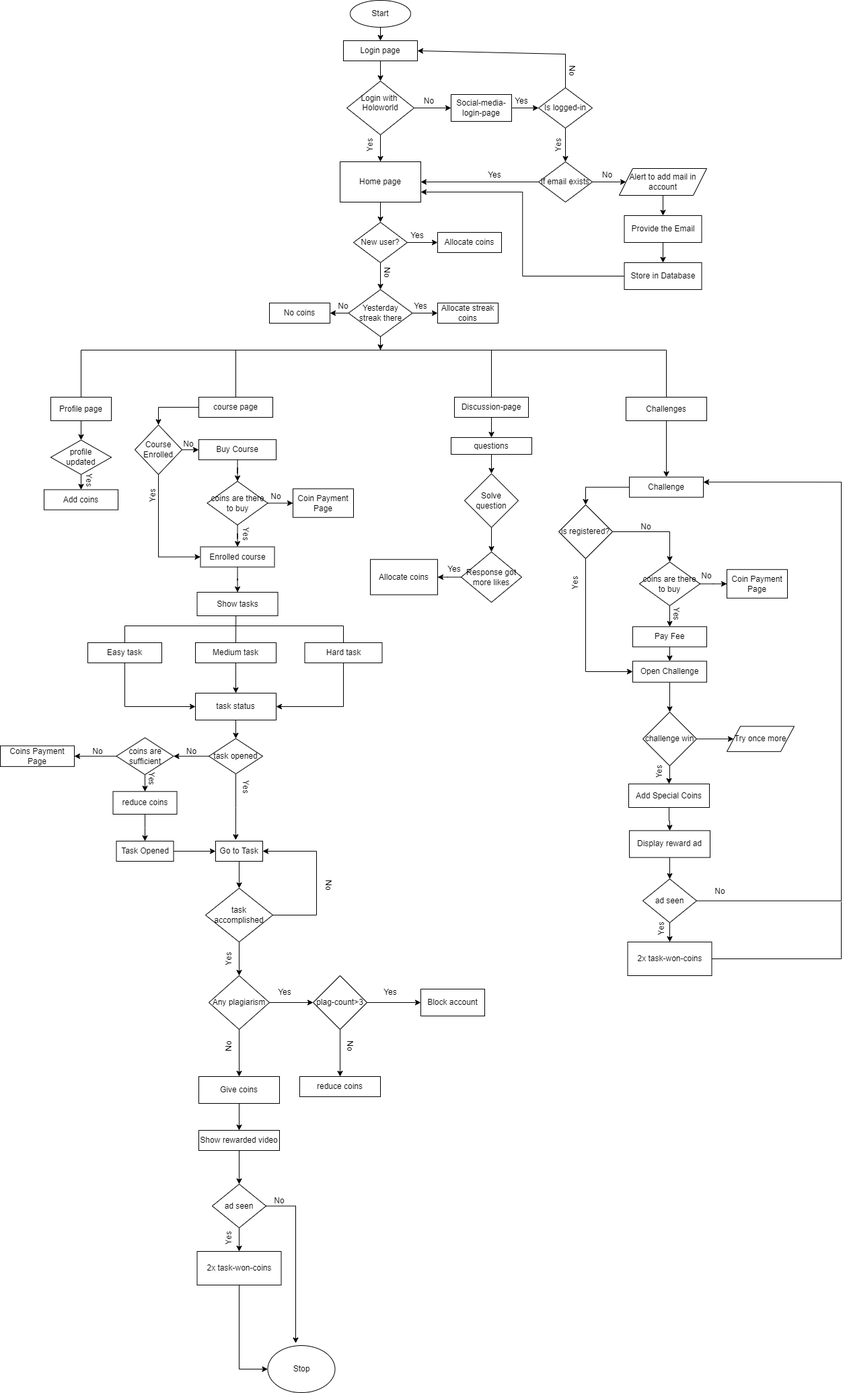
Before: public/Coin-flow-chart.drawio.png, a diagram exported from draw.io (karthiksatish159/googleads). Source tidied: cells renumbered, new cells last; positions are measured from the earlier drawing's top-left corner, leaving out a move shared by most shapes.
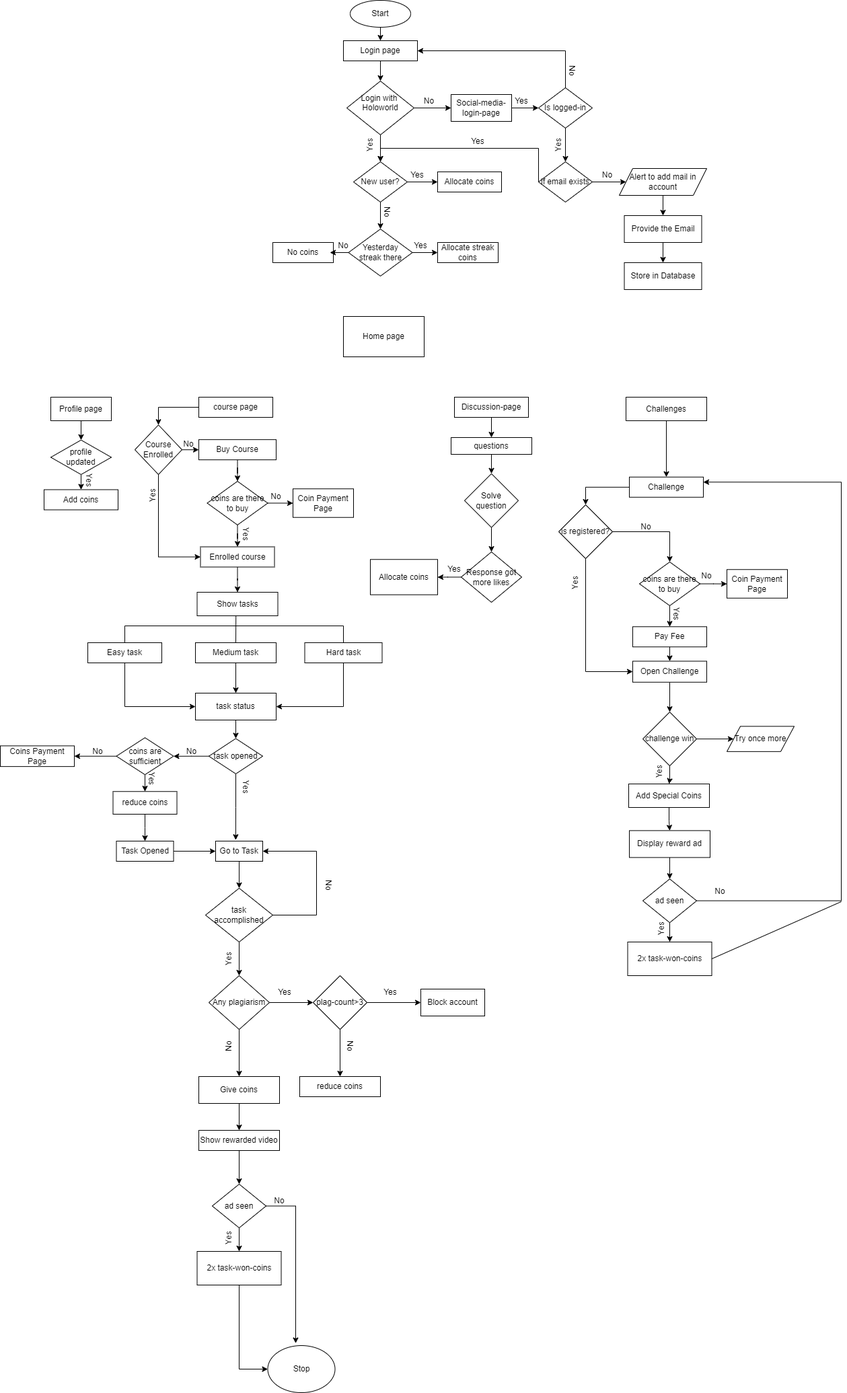
Above is the later version.

Change to the diagram source:
```diff
@@ -8,8 +8,10 @@
     <mxCell id="3" value="Login page&lt;br&gt;" style="rounded=0;whiteSpace=wrap;html=1;" parent="1" vertex="1">
       <mxGeometry x="510" y="60" width="110" height="30" as="geometry" />
     </mxCell>
-    <mxCell id="4" style="edgeStyle=orthogonalEdgeStyle;rounded=0;jettySize=auto;html=1;" parent="1" edge="1" source="6" target="13">
-      <mxGeometry relative="1" as="geometry" />
+    <mxCell id="4" style="edgeStyle=orthogonalEdgeStyle;rounded=0;jettySize=auto;html=1;" parent="1" edge="1" source="6">
+      <mxGeometry relative="1" as="geometry">
+        <mxPoint x="565" y="240" as="targetPoint" />
+      </mxGeometry>
     </mxCell>
     <mxCell id="5" style="edgeStyle=orthogonalEdgeStyle;rounded=0;jettySize=auto;html=1;" parent="1" edge="1" source="6" target="8">
       <mxGeometry relative="1" as="geometry" />
@@ -26,40 +28,39 @@
     <mxCell id="9" value="Is logged-in&lt;br&gt;" style="rhombus;whiteSpace=wrap;html=1;" parent="1" vertex="1">
       <mxGeometry x="800" y="130" width="80" height="60" as="geometry" />
     </mxCell>
-    <mxCell id="10" style="edgeStyle=orthogonalEdgeStyle;rounded=0;jettySize=auto;html=1;entryX=1;entryY=0.5;entryDx=0;entryDy=0;" parent="1" edge="1" source="11" target="13">
-      <mxGeometry relative="1" as="geometry" />
-    </mxCell>
+    <mxCell id="177" style="edgeStyle=orthogonalEdgeStyle;rounded=0;jettySize=auto;html=1;exitX=0;exitY=0.5;exitDx=0;exitDy=0;entryX=0.5;entryY=0;entryDx=0;entryDy=0;" parent="1" edge="1" source="11" target="15">
+      <mxGeometry relative="1" as="geometry">
+        <Array as="points">
+          <mxPoint x="800" y="220" />
+          <mxPoint x="565" y="220" />
+        </Array>
+      </mxGeometry>
+    </mxCell>
     <mxCell id="11" value="if email exists" style="rhombus;whiteSpace=wrap;html=1;" parent="1" vertex="1">
       <mxGeometry x="800" y="240" width="80" height="60" as="geometry" />
     </mxCell>
     <mxCell id="12" value="Alert to add mail in account" style="shape=parallelogram;perimeter=parallelogramPerimeter;whiteSpace=wrap;html=1;fixedSize=1;" parent="1" vertex="1">
       <mxGeometry x="920" y="250" width="130" height="40" as="geometry" />
     </mxCell>
-    <mxCell id="13" value="Home page&lt;br&gt;" style="rounded=0;whiteSpace=wrap;html=1;" parent="1" vertex="1">
-      <mxGeometry x="505" y="240" width="120" height="60" as="geometry" />
-    </mxCell>
-    <mxCell id="14" style="edgeStyle=orthogonalEdgeStyle;rounded=0;jettySize=auto;html=1;" parent="1" edge="1" source="15" target="19">
-      <mxGeometry relative="1" as="geometry" />
+    <mxCell id="14" style="edgeStyle=orthogonalEdgeStyle;rounded=0;jettySize=auto;html=1;" parent="1" edge="1" source="15">
+      <mxGeometry relative="1" as="geometry">
+        <mxPoint x="565" y="340" as="targetPoint" />
+      </mxGeometry>
     </mxCell>
     <mxCell id="15" value="New user?&lt;br&gt;" style="rhombus;whiteSpace=wrap;html=1;" parent="1" vertex="1">
-      <mxGeometry x="525" y="330" width="80" height="60" as="geometry" />
+      <mxGeometry x="525" y="240" width="80" height="60" as="geometry" />
     </mxCell>
     <mxCell id="16" value="Allocate coins" style="rounded=0;whiteSpace=wrap;html=1;" parent="1" vertex="1">
-      <mxGeometry x="650" y="345" width="95" height="30" as="geometry" />
+      <mxGeometry x="650" y="255" width="95" height="30" as="geometry" />
     </mxCell>
     <mxCell id="17" value="Allocate streak coins" style="rounded=0;whiteSpace=wrap;html=1;" parent="1" vertex="1">
-      <mxGeometry x="650" y="450" width="90" height="30" as="geometry" />
+      <mxGeometry x="650" y="360" width="90" height="30" as="geometry" />
     </mxCell>
-    <mxCell id="18" style="edgeStyle=orthogonalEdgeStyle;rounded=0;jettySize=auto;html=1;" parent="1" edge="1" source="19">
-      <mxGeometry relative="1" as="geometry">
-        <mxPoint x="565" y="520" as="targetPoint" />
-      </mxGeometry>
-    </mxCell>
     <mxCell id="19" value="Yesterday&lt;br&gt;streak there" style="rhombus;whiteSpace=wrap;html=1;" parent="1" vertex="1">
-      <mxGeometry x="517.5" y="430" width="95" height="70" as="geometry" />
+      <mxGeometry x="517.5" y="340" width="95" height="70" as="geometry" />
     </mxCell>
     <mxCell id="20" value="No coins&lt;br&gt;" style="rounded=0;whiteSpace=wrap;html=1;" parent="1" vertex="1">
-      <mxGeometry x="400" y="450" width="90" height="30" as="geometry" />
+      <mxGeometry x="405" y="360" width="90" height="30" as="geometry" />
     </mxCell>
     <mxCell id="21" style="edgeStyle=orthogonalEdgeStyle;rounded=0;jettySize=auto;html=1;entryX=0.5;entryY=0;entryDx=0;entryDy=0;" parent="1" edge="1" source="22" target="110">
       <mxGeometry relative="1" as="geometry" />
@@ -224,17 +225,19 @@
     <mxCell id="73" style="endArrow=classic;html=1;rounded=0;entryX=0;entryY=0.5;entryDx=0;entryDy=0;" parent="1" edge="1" source="11" target="12">
       <mxGeometry relative="1" as="geometry" />
     </mxCell>
-    <mxCell id="74" style="endArrow=classic;html=1;rounded=0;exitX=0.5;exitY=1;exitDx=0;exitDy=0;" parent="1" edge="1" source="13" target="15">
-      <mxGeometry relative="1" as="geometry" />
-    </mxCell>
     <mxCell id="75" style="endArrow=classic;html=1;rounded=0;entryX=0;entryY=0.5;entryDx=0;entryDy=0;" parent="1" edge="1" source="15" target="16">
       <mxGeometry relative="1" as="geometry" />
     </mxCell>
-    <mxCell id="76" style="endArrow=classic;html=1;rounded=0;exitX=0;exitY=0.5;exitDx=0;exitDy=0;" parent="1" edge="1" source="19" target="20">
-      <mxGeometry relative="1" as="geometry" />
+    <mxCell id="76" style="endArrow=classic;html=1;rounded=0;exitX=0;exitY=0.5;exitDx=0;exitDy=0;" parent="1" edge="1">
+      <mxGeometry relative="1" as="geometry">
+        <mxPoint x="517.5" y="375" as="sourcePoint" />
+        <mxPoint x="490" y="375" as="targetPoint" />
+      </mxGeometry>
     </mxCell>
-    <mxCell id="77" style="endArrow=classic;html=1;rounded=0;exitX=1;exitY=0.5;exitDx=0;exitDy=0;entryX=0;entryY=0.5;entryDx=0;entryDy=0;" parent="1" edge="1" source="19" target="17">
-      <mxGeometry relative="1" as="geometry" />
+    <mxCell id="77" style="endArrow=classic;html=1;rounded=0;exitX=1;exitY=0.5;exitDx=0;exitDy=0;entryX=0;entryY=0.5;entryDx=0;entryDy=0;" parent="1" edge="1" target="17">
+      <mxGeometry relative="1" as="geometry">
+        <mxPoint x="612.5" y="375" as="sourcePoint" />
+      </mxGeometry>
     </mxCell>
     <mxCell id="78" value="Yes" style="text;html=1;strokeColor=none;fillColor=none;align=center;verticalAlign=middle;whiteSpace=wrap;rounded=0;rotation=-90;" parent="1" vertex="1">
       <mxGeometry x="520" y="200" width="60" height="30" as="geometry" />
@@ -251,7 +254,7 @@
     <mxCell id="82" style="endArrow=classic;html=1;rounded=0;exitX=0.5;exitY=0;exitDx=0;exitDy=0;entryX=1;entryY=0.5;entryDx=0;entryDy=0;" parent="1" edge="1" source="9" target="3">
       <mxGeometry relative="1" as="geometry">
         <Array as="points">
-          <mxPoint x="840" y="80" />
+          <mxPoint x="840" y="75" />
         </Array>
       </mxGeometry>
     </mxCell>
@@ -259,7 +262,7 @@
       <mxGeometry x="820" y="90" width="60" height="30" as="geometry" />
     </mxCell>
     <mxCell id="84" value="Yes" style="text;html=1;strokeColor=none;fillColor=none;align=center;verticalAlign=middle;whiteSpace=wrap;rounded=0;" parent="1" vertex="1">
-      <mxGeometry x="710" y="250" width="50" height="20" as="geometry" />
+      <mxGeometry x="685" y="200" width="50" height="20" as="geometry" />
     </mxCell>
     <mxCell id="85" value="No" style="text;html=1;strokeColor=none;fillColor=none;align=center;verticalAlign=middle;whiteSpace=wrap;rounded=0;" parent="1" vertex="1">
       <mxGeometry x="900" y="250" width="5" height="20" as="geometry" />
@@ -270,9 +273,6 @@
     <mxCell id="87" value="Provide the Email" style="rounded=0;whiteSpace=wrap;html=1;" parent="1" vertex="1">
       <mxGeometry x="927.5" y="320" width="115" height="40" as="geometry" />
     </mxCell>
-    <mxCell id="88" style="edgeStyle=orthogonalEdgeStyle;rounded=0;jettySize=auto;html=1;entryX=1;entryY=0.75;entryDx=0;entryDy=0;" parent="1" edge="1" source="89" target="13">
-      <mxGeometry relative="1" as="geometry" />
-    </mxCell>
     <mxCell id="89" value="Store in Database" style="rounded=0;whiteSpace=wrap;html=1;" parent="1" vertex="1">
       <mxGeometry x="927.5" y="390" width="115" height="40" as="geometry" />
     </mxCell>
@@ -280,50 +280,17 @@
       <mxGeometry relative="1" as="geometry" />
     </mxCell>
     <mxCell id="91" value="Yes" style="text;html=1;strokeColor=none;fillColor=none;align=center;verticalAlign=middle;whiteSpace=wrap;rounded=0;" parent="1" vertex="1">
-      <mxGeometry x="595" y="340" width="50" height="20" as="geometry" />
+      <mxGeometry x="595" y="250" width="50" height="20" as="geometry" />
     </mxCell>
     <mxCell id="92" value="No" style="text;html=1;strokeColor=none;fillColor=none;align=center;verticalAlign=middle;whiteSpace=wrap;rounded=0;rotation=90;" parent="1" vertex="1">
-      <mxGeometry x="545" y="390" width="60" height="30" as="geometry" />
+      <mxGeometry x="545" y="300" width="60" height="30" as="geometry" />
     </mxCell>
     <mxCell id="93" value="Yes" style="text;html=1;strokeColor=none;fillColor=none;align=center;verticalAlign=middle;whiteSpace=wrap;rounded=0;" parent="1" vertex="1">
-      <mxGeometry x="595" y="440" width="60" height="30" as="geometry" />
+      <mxGeometry x="595" y="350" width="60" height="30" as="geometry" />
     </mxCell>
     <mxCell id="94" value="No" style="text;html=1;strokeColor=none;fillColor=none;align=center;verticalAlign=middle;whiteSpace=wrap;rounded=0;" parent="1" vertex="1">
-      <mxGeometry x="480" y="440" width="60" height="30" as="geometry" />
+      <mxGeometry x="480" y="350" width="60" height="30" as="geometry" />
     </mxCell>
-    <mxCell id="95" style="endArrow=none;html=1;rounded=0;entryX=0.5;entryY=1;entryDx=0;entryDy=0;exitX=0.5;exitY=0;exitDx=0;exitDy=0;" parent="1" edge="1" source="55" target="19">
-      <mxGeometry relative="1" as="geometry">
-        <Array as="points">
-          <mxPoint x="120" y="520" />
-          <mxPoint x="565" y="520" />
-        </Array>
-      </mxGeometry>
-    </mxCell>
-    <mxCell id="96" style="endArrow=none;html=1;rounded=0;exitX=0.5;exitY=0;exitDx=0;exitDy=0;entryX=0.5;entryY=1;entryDx=0;entryDy=0;" parent="1" edge="1" source="22" target="19">
-      <mxGeometry relative="1" as="geometry">
-        <Array as="points">
-          <mxPoint x="350" y="520" />
-          <mxPoint x="565" y="520" />
-        </Array>
-      </mxGeometry>
-    </mxCell>
-    <mxCell id="97" style="endArrow=none;html=1;rounded=0;entryX=0.5;entryY=1;entryDx=0;entryDy=0;exitX=0.5;exitY=0;exitDx=0;exitDy=0;" parent="1" edge="1" source="60" target="19">
-      <mxGeometry relative="1" as="geometry">
-        <Array as="points">
-          <mxPoint x="730" y="520" />
-          <mxPoint x="565" y="520" />
-        </Array>
-      </mxGeometry>
-    </mxCell>
-    <mxCell id="98" style="endArrow=none;html=1;rounded=0;entryX=0.5;entryY=1;entryDx=0;entryDy=0;" parent="1" edge="1" target="19">
-      <mxGeometry relative="1" as="geometry">
-        <mxPoint x="990" y="590" as="sourcePoint" />
-        <Array as="points">
-          <mxPoint x="990" y="520" />
-          <mxPoint x="565" y="520" />
-        </Array>
-      </mxGeometry>
-    </mxCell>
     <mxCell id="99" value="Yes" style="text;html=1;strokeColor=none;fillColor=none;align=center;verticalAlign=middle;whiteSpace=wrap;rounded=0;rotation=90;" parent="1" vertex="1">
       <mxGeometry x="110" y="705" width="45" height="17.5" as="geometry" />
     </mxCell>
@@ -591,10 +558,10 @@
     <mxCell id="176" style="endArrow=none;html=1;rounded=0;exitX=1;exitY=0.5;exitDx=0;exitDy=0;" parent="1" edge="1" source="173">
       <mxGeometry relative="1" as="geometry">
         <mxPoint x="1250" y="1340" as="targetPoint" />
-        <Array as="points">
-          <mxPoint x="1250" y="1425" />
-        </Array>
       </mxGeometry>
     </mxCell>
+    <mxCell id="13" value="Home page&lt;br&gt;" style="rounded=0;whiteSpace=wrap;html=1;" parent="1" vertex="1">
+      <mxGeometry x="510" y="470" width="120" height="60" as="geometry" />
+    </mxCell>
   </root>
 </mxGraphModel>
```
